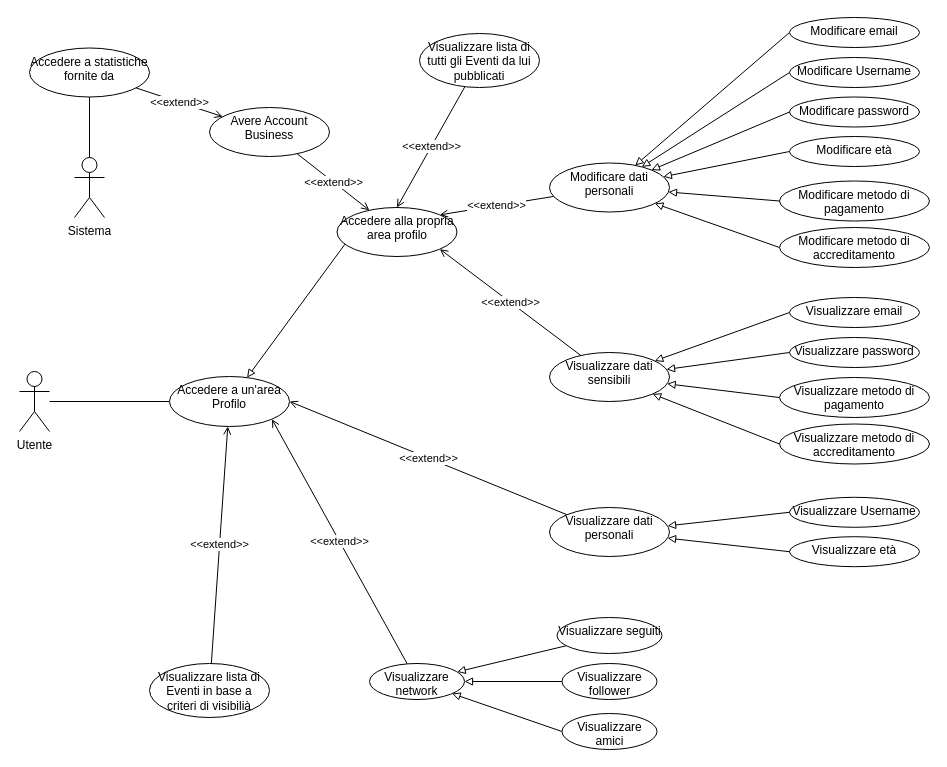
Above: UseCase/RF04_Profilo/Profilo.drawio in 4spot-team/documentation (draw.io), before the change. Source tidied: cells renumbered, new cells numbered last; positions are measured from the earlier drawing's top-left corner, leaving out a move shared by most shapes. Both pictures are drawn from the tidied source at 100%, with x=0, y=0 at pixel (19, 17).
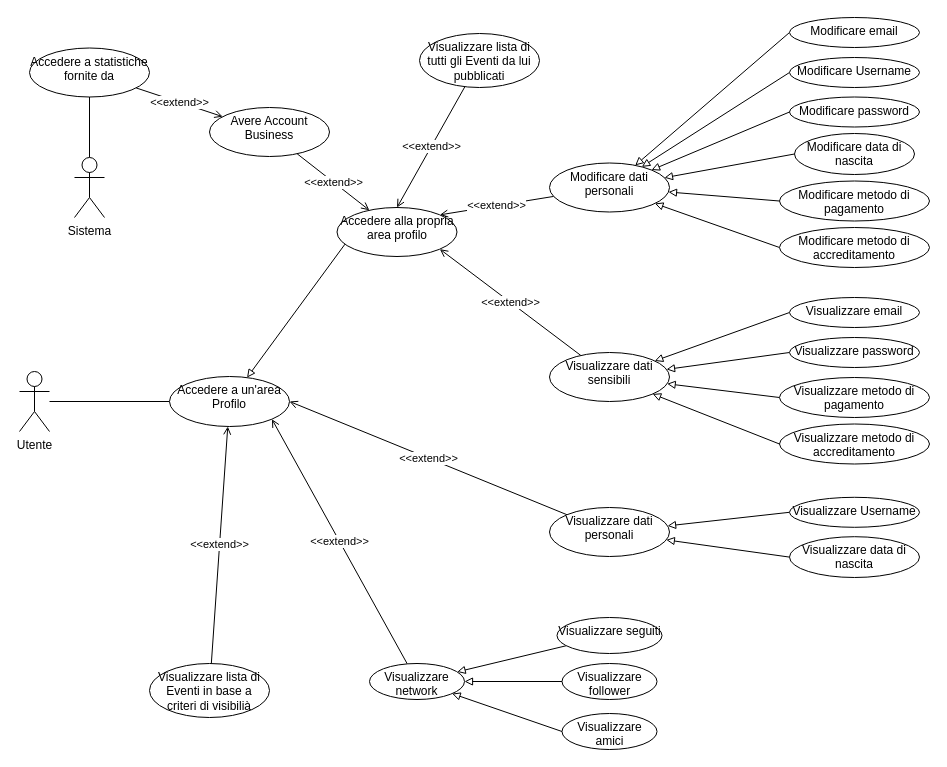
After the change.

Commit message (it also covers changes not shown here):
Change età with data di nascita.

The edit, as a diff of the source:
```diff
@@
-    <mxCell id="38" value="Modificare età" style="ellipse;whiteSpace=wrap;html=1;verticalAlign=top;" parent="1" vertex="1">
-      <mxGeometry x="770" y="119" width="130" height="30" as="geometry" />
+    <mxCell id="38" value="Modificare data di nascita" style="ellipse;whiteSpace=wrap;html=1;verticalAlign=top;" parent="1" vertex="1">
+      <mxGeometry x="775" y="116" width="120" height="41" as="geometry" />
     </mxCell>
@@
-    <mxCell id="46" value="Visualizzare età" style="ellipse;whiteSpace=wrap;html=1;verticalAlign=top;" parent="1" vertex="1">
-      <mxGeometry x="770" y="519.2" width="130" height="30" as="geometry" />
+    <mxCell id="46" value="Visualizzare data di nascita" style="ellipse;whiteSpace=wrap;html=1;verticalAlign=top;" parent="1" vertex="1">
+      <mxGeometry x="770" y="519.2" width="130" height="40.8" as="geometry" />
     </mxCell>
```
